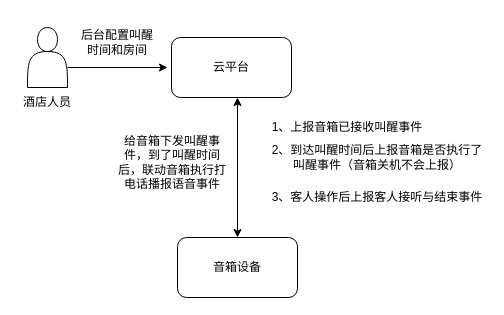
Above: xzzh/叫醒服务.drawio in daniel-7d/draw (draw.io), before the change. Source tidied: cells renumbered, new cells numbered last; positions are measured from the earlier drawing's top-left corner, leaving out a move shared by most shapes. Both pictures are drawn from the tidied source at 100%, with x=0, y=0 at pixel (17, 17).
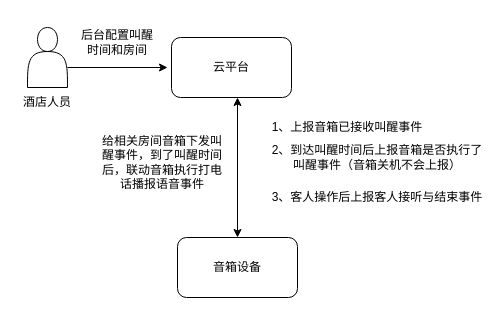
After the change.

Commit message (it also covers changes not shown here):
更新叫醒服务.drawio

The edit, as a diff of the source:
```diff
@@
 <mxGraphModel>
   <root>
     <mxCell id="0" />
     <mxCell id="1" parent="0" />
     <mxCell id="2" style="shape=actor;whiteSpace=wrap;html=1;" parent="1" vertex="1">
       <mxGeometry x="10" y="10" width="40" height="60" as="geometry" />
     </mxCell>
     <mxCell id="3" value="酒店人员" style="text;html=1;strokeColor=none;fillColor=none;align=center;verticalAlign=middle;whiteSpace=wrap;rounded=0;" parent="1" vertex="1">
       <mxGeometry y="70" width="60" height="30" as="geometry" />
     </mxCell>
     <mxCell id="4" style="endArrow=classic;html=1;rounded=0;" parent="1" edge="1">
       <mxGeometry relative="1" as="geometry">
         <mxPoint x="50" y="50" as="sourcePoint" />
         <mxPoint x="150" y="50" as="targetPoint" />
       </mxGeometry>
     </mxCell>
     <mxCell id="5" value="后台配置叫醒时间和房间" style="text;html=1;strokeColor=none;fillColor=none;align=center;verticalAlign=middle;whiteSpace=wrap;rounded=0;" parent="1" vertex="1">
       <mxGeometry x="60" width="80" height="50" as="geometry" />
     </mxCell>
     <mxCell id="6" value="云平台" style="rounded=1;whiteSpace=wrap;html=1;" parent="1" vertex="1">
       <mxGeometry x="154" y="20" width="120" height="60" as="geometry" />
     </mxCell>
     <mxCell id="7" style="endArrow=classic;startArrow=classic;html=1;rounded=0;exitX=0.5;exitY=0;exitDx=0;exitDy=0;" parent="1" edge="1" source="8">
       <mxGeometry relative="1" as="geometry">
         <mxPoint x="220" y="80" as="targetPoint" />
       </mxGeometry>
     </mxCell>
     <mxCell id="8" value="音箱设备" style="rounded=1;whiteSpace=wrap;html=1;" parent="1" vertex="1">
       <mxGeometry x="160" y="220" width="120" height="60" as="geometry" />
     </mxCell>
-    <mxCell id="9" value="给音箱下发叫醒事件，到了叫醒时间后，联动音箱执行打电话播报语音事件" style="text;html=1;strokeColor=none;fillColor=none;align=center;verticalAlign=middle;whiteSpace=wrap;rounded=0;" parent="1" vertex="1">
-      <mxGeometry x="100" y="110" width="110" height="70" as="geometry" />
+    <mxCell id="9" value="给相关房间音箱下发叫醒事件，到了叫醒时间后，联动音箱执行打电话播报语音事件" style="text;html=1;strokeColor=none;fillColor=none;align=center;verticalAlign=middle;whiteSpace=wrap;rounded=0;" parent="1" vertex="1">
+      <mxGeometry x="80" y="110" width="130" height="70" as="geometry" />
     </mxCell>
     <mxCell id="10" value="1、上报音箱已接收叫醒事件" style="text;html=1;strokeColor=none;fillColor=none;align=center;verticalAlign=middle;whiteSpace=wrap;rounded=0;" parent="1" vertex="1">
       <mxGeometry x="250" y="100" width="160" height="20" as="geometry" />
     </mxCell>
     <mxCell id="11" value="2、到达叫醒时间后上报音箱是否执行了叫醒事件（音箱关机不会上报）" style="text;html=1;strokeColor=none;fillColor=none;align=center;verticalAlign=middle;whiteSpace=wrap;rounded=0;" parent="1" vertex="1">
       <mxGeometry x="250" y="130" width="220" height="20" as="geometry" />
     </mxCell>
     <mxCell id="12" value="3、客人操作后上报客人接听与结束事件" style="text;html=1;strokeColor=none;fillColor=none;align=center;verticalAlign=middle;whiteSpace=wrap;rounded=0;" parent="1" vertex="1">
       <mxGeometry x="250" y="170" width="220" height="20" as="geometry" />
     </mxCell>
   </root>
 </mxGraphModel>
```
